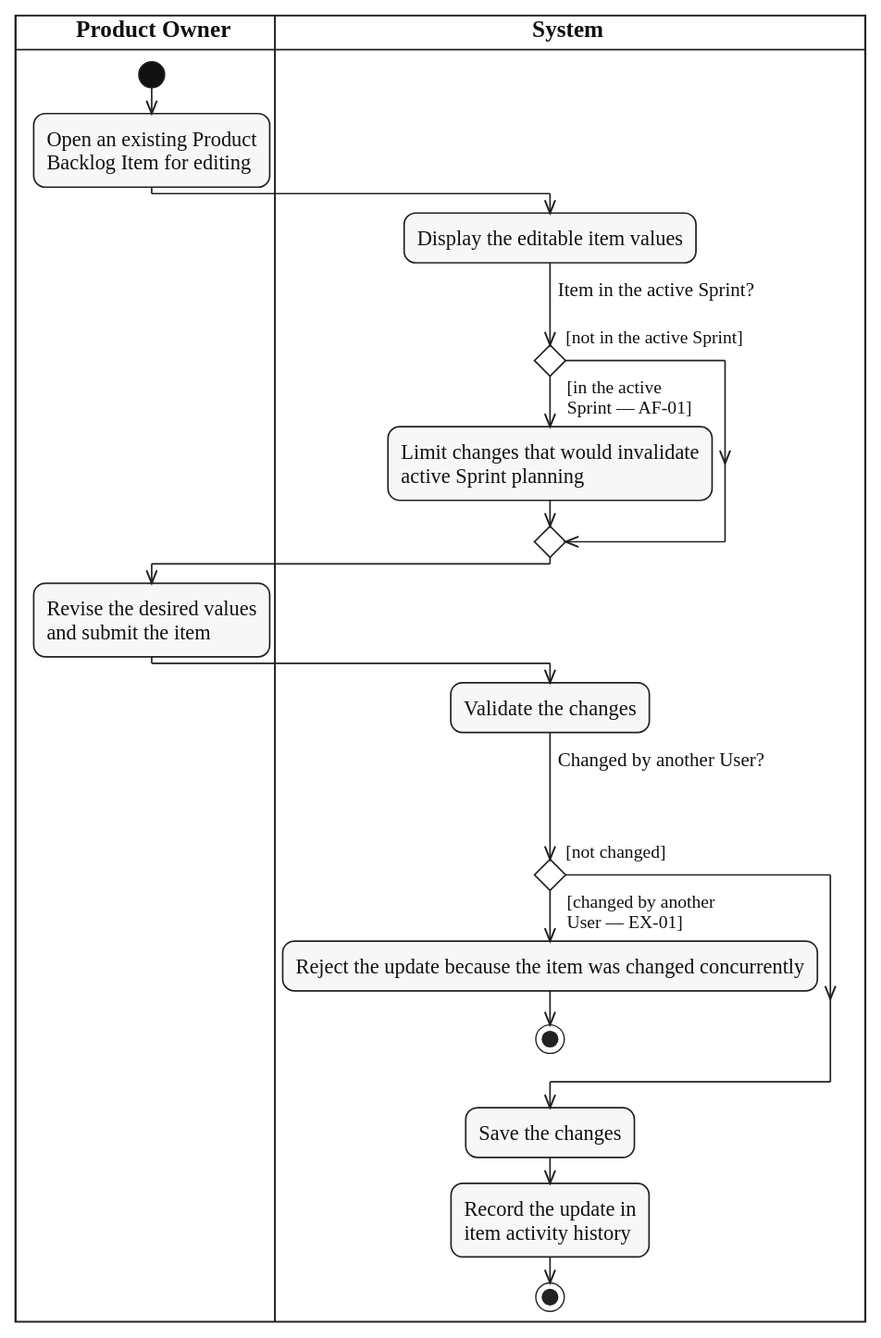
Before: diagrams/activity/product-backlog/svg/UC-BACKLOG-ITEM-UPDATE.svg, a diagram exported from PlantUML (lukenab/swd392-doc-automation). Its source is kept beside it as diagrams/activity/product-backlog/source/UC-BACKLOG-ITEM-UPDATE.puml. Source of this version:
```plantuml
@startuml UC-BACKLOG-ITEM-UPDATE
!include ../../_shared/activity-style.puml

|PRO| $lane_title("Product Owner")
|SYS| $lane_title("System")

|PRO|
start
:Open an existing Product
Backlog Item for editing;
|SYS|
:Display the editable item values;
if ($question("Item in the active Sprint?")) then ($guard_left("[not in the active Sprint]"))
else ($guard_right("[in the active", "Sprint — AF-01]"))
  :Limit changes that would invalidate
  active Sprint planning;
endif
|PRO|
:Revise the desired values
and submit the item;
|SYS|
:Validate the changes;
if ($question_x("Changed by another User?")) then ($guard_left("[not changed]"))
else ($guard_right("[changed by another", "User — EX-01]"))
  :Reject the update because the item was changed concurrently;
  stop
endif
:Save the changes;
:Record the update in
item activity history;
stop
@enduml
```
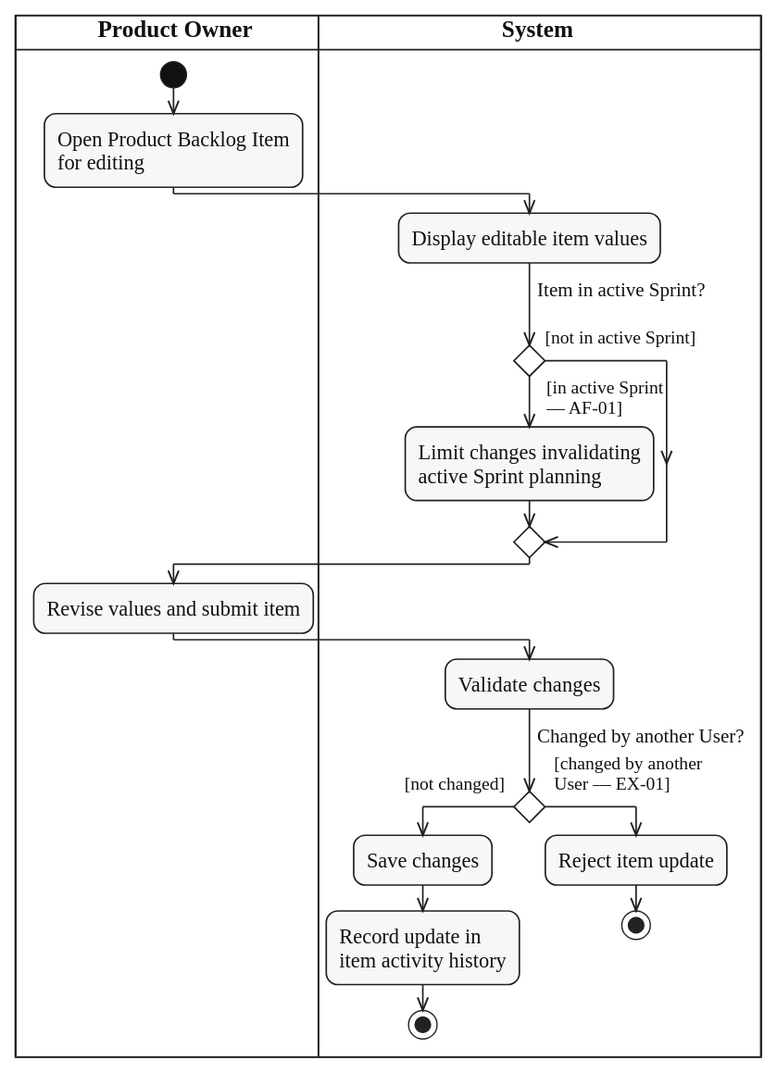
Later version of the same file.

What changed in the source:
```diff
@@ -6,27 +6,27 @@
 
 |PRO|
 start
-:Open an existing Product
-Backlog Item for editing;
+:Open Product Backlog Item
+for editing;
 |SYS|
-:Display the editable item values;
-if ($question("Item in the active Sprint?")) then ($guard_left("[not in the active Sprint]"))
-else ($guard_right("[in the active", "Sprint — AF-01]"))
-  :Limit changes that would invalidate
+:Display editable item values;
+if ($question("Item in active Sprint?")) then ($guard_left("[not in active Sprint]"))
+else ($guard_right("[in active Sprint", "— AF-01]"))
+  :Limit changes invalidating
   active Sprint planning;
 endif
 |PRO|
-:Revise the desired values
-and submit the item;
+:Revise values and submit item;
 |SYS|
-:Validate the changes;
-if ($question_x("Changed by another User?")) then ($guard_left("[not changed]"))
+:Validate changes;
+if ($question("Changed by another User?")) then ($guard_left("[not changed]"))
+  :Save changes;
+  :Record update in
+  item activity history;
+  stop
 else ($guard_right("[changed by another", "User — EX-01]"))
-  :Reject the update because the item was changed concurrently;
+  |SYS|
+  :Reject item update;
   stop
 endif
-:Save the changes;
-:Record the update in
-item activity history;
-stop
 @enduml
```
